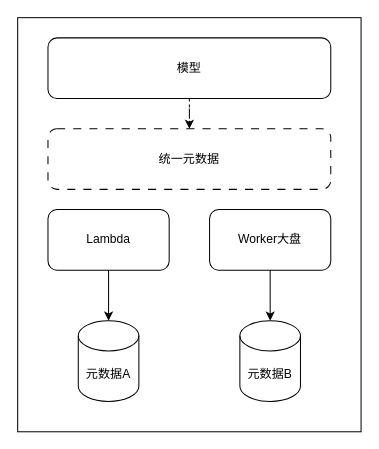
Before: P1故障.drawio in labud/pictures, a draw.io diagram. Source tidied: cells renumbered, new cells numbered last; positions are measured from the earlier drawing's top-left corner, leaving out a move shared by most shapes. Both pictures are drawn from the tidied source at 101%, with x=0, y=0 at pixel (17, 17).
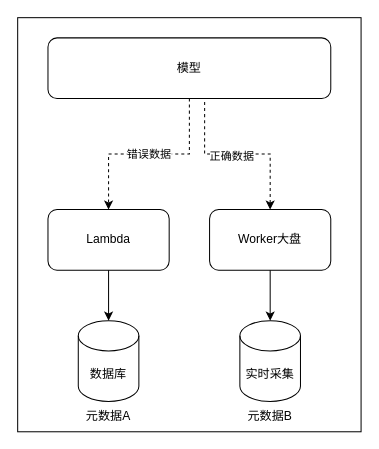
The same page after the edit.

The edit, as a diff of the source:
```diff
@@
 <mxGraphModel>
   <root>
     <mxCell id="0" />
     <mxCell id="1" parent="0" />
     <mxCell id="2" style="rounded=0;whiteSpace=wrap;html=1;" parent="1" vertex="1">
       <mxGeometry width="340" height="410" as="geometry" />
     </mxCell>
     <mxCell id="3" value="Lambda" style="rounded=1;whiteSpace=wrap;html=1;" parent="1" vertex="1">
       <mxGeometry x="30" y="190" width="120" height="60" as="geometry" />
     </mxCell>
     <mxCell id="4" value="Worker大盘" style="rounded=1;whiteSpace=wrap;html=1;" parent="1" vertex="1">
       <mxGeometry x="190" y="190" width="120" height="60" as="geometry" />
     </mxCell>
-    <mxCell id="5" value="元数据A" style="shape=cylinder3;whiteSpace=wrap;html=1;boundedLbl=1;backgroundOutline=1;size=15;" parent="1" vertex="1">
+    <mxCell id="5" value="数据库" style="shape=cylinder3;whiteSpace=wrap;html=1;boundedLbl=1;backgroundOutline=1;size=15;" parent="1" vertex="1">
       <mxGeometry x="60" y="300" width="60" height="80" as="geometry" />
     </mxCell>
-    <mxCell id="6" value="元数据B" style="shape=cylinder3;whiteSpace=wrap;html=1;boundedLbl=1;backgroundOutline=1;size=15;" parent="1" vertex="1">
+    <mxCell id="6" value="&lt;div&gt;实时采集&lt;/div&gt;" style="shape=cylinder3;whiteSpace=wrap;html=1;boundedLbl=1;backgroundOutline=1;size=15;" parent="1" vertex="1">
       <mxGeometry x="220" y="300" width="60" height="80" as="geometry" />
     </mxCell>
     <mxCell id="7" style="endArrow=classic;html=1;rounded=0;exitX=0.5;exitY=1;exitDx=0;exitDy=0;" parent="1" edge="1" source="3" target="5">
       <mxGeometry relative="1" as="geometry" />
     </mxCell>
     <mxCell id="8" style="endArrow=classic;html=1;rounded=0;exitX=0.5;exitY=1;exitDx=0;exitDy=0;" parent="1" edge="1" source="4" target="6">
       <mxGeometry relative="1" as="geometry" />
     </mxCell>
-    <mxCell id="9" style="edgeStyle=orthogonalEdgeStyle;rounded=0;jettySize=auto;html=1;dashed=1;" parent="1" edge="1" source="10" target="11">
+    <mxCell id="9" value="错误数据" style="edgeStyle=orthogonalEdgeStyle;rounded=0;jettySize=auto;html=1;dashed=1;" parent="1" edge="1" source="10" target="3">
       <mxGeometry relative="1" as="geometry" />
     </mxCell>
     <mxCell id="10" value="模型" style="rounded=1;whiteSpace=wrap;html=1;" parent="1" vertex="1">
       <mxGeometry x="30" y="20" width="280" height="60" as="geometry" />
     </mxCell>
-    <mxCell id="11" value="统一元数据" style="rounded=1;whiteSpace=wrap;html=1;dashed=1;dashPattern=8 8;" parent="1" vertex="1">
-      <mxGeometry x="30" y="110" width="280" height="60" as="geometry" />
-    </mxCell>
+    <mxCell id="12" value="元数据A" style="text;html=1;align=center;verticalAlign=middle;whiteSpace=wrap;rounded=0;" parent="1" vertex="1">
+      <mxGeometry x="60" y="380" width="60" height="30" as="geometry" />
+    </mxCell>
+    <mxCell id="13" value="元数据B" style="text;html=1;align=center;verticalAlign=middle;whiteSpace=wrap;rounded=0;" parent="1" vertex="1">
+      <mxGeometry x="220" y="380" width="60" height="30" as="geometry" />
+    </mxCell>
+    <mxCell id="14" style="edgeStyle=orthogonalEdgeStyle;rounded=0;jettySize=auto;html=1;dashed=1;exitX=0.554;exitY=1.058;exitDx=0;exitDy=0;exitPerimeter=0;" parent="1" edge="1" source="10" target="4">
+      <mxGeometry relative="1" as="geometry" />
+    </mxCell>
+    <mxCell id="15" value="正确数据" style="edgeLabel;html=1;align=center;verticalAlign=middle;" parent="14" vertex="1">
+      <mxGeometry x="-0.09" relative="1" as="geometry">
+        <mxPoint y="1" as="offset" />
+      </mxGeometry>
+    </mxCell>
   </root>
 </mxGraphModel>
```
